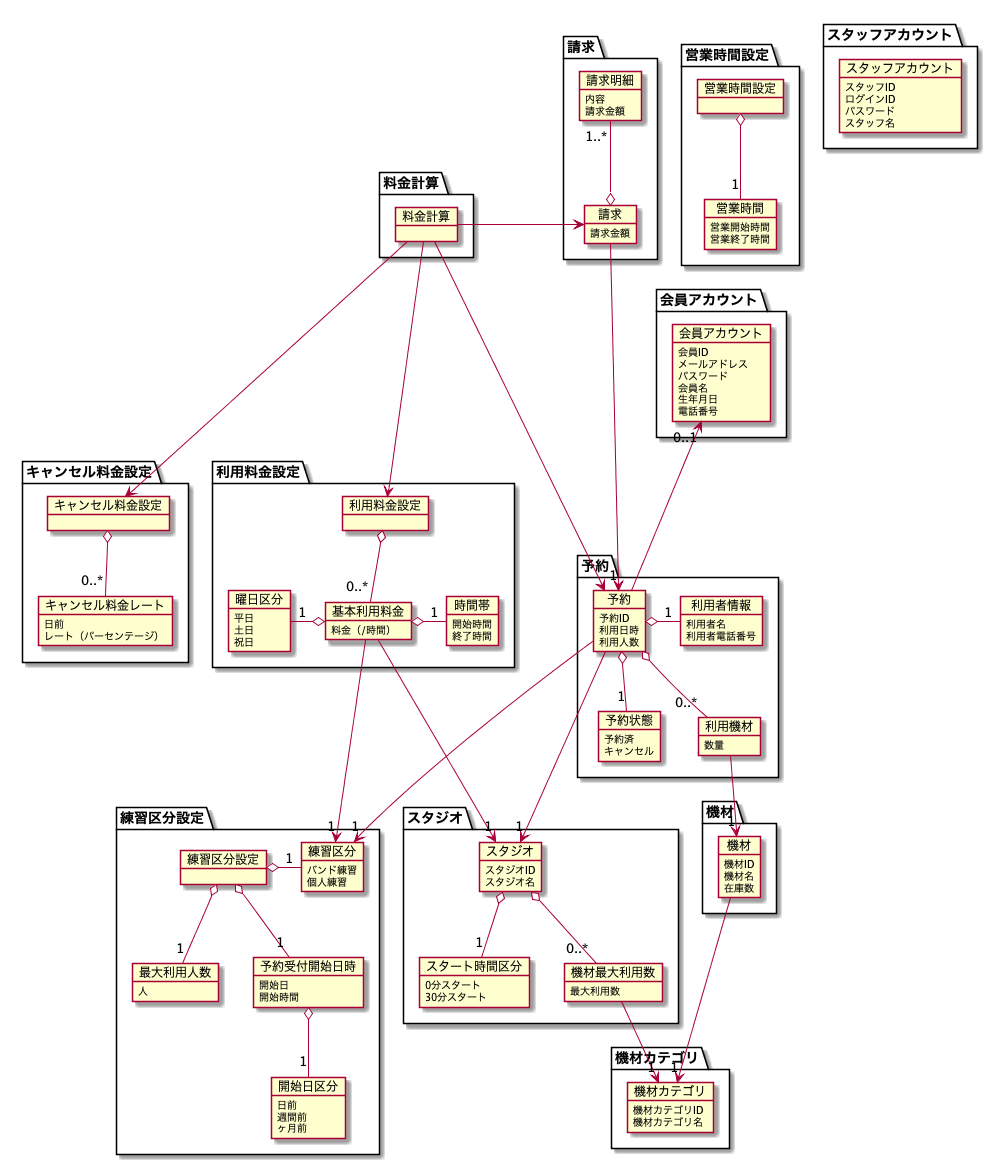
Before: modeling/07_DomainModel/DomainModel.png, a diagram exported from PlantUML (TakashiOnawa/ddd-practice-studio-reservation).
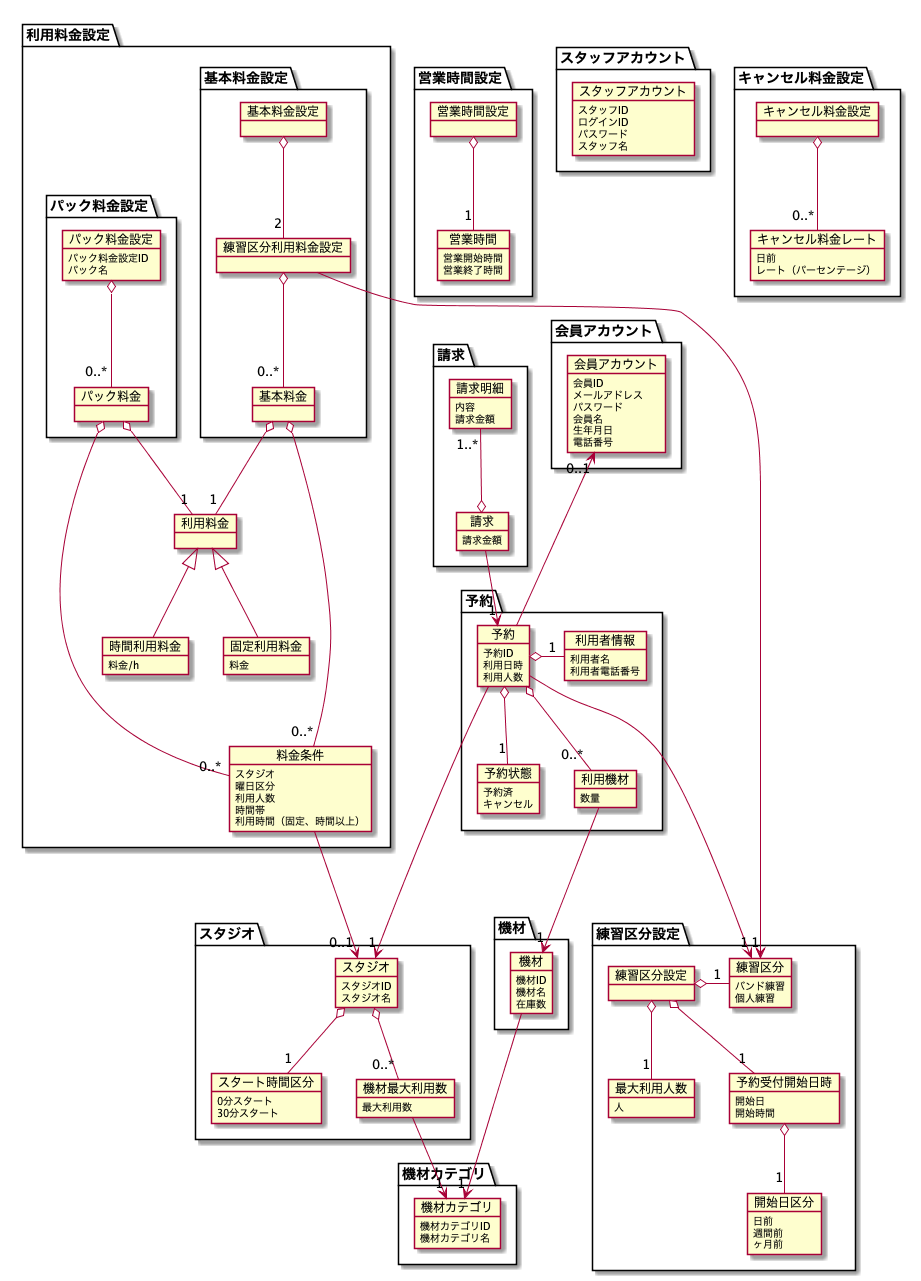
Above is the later version.

Diff of the diagram source:
```diff
@@ -78,16 +78,6 @@
     }
 }
 
-package キャンセル料金設定 {
-    object キャンセル料金設定 {
-    }
-
-    object キャンセル料金レート {
-        日前
-        レート（パーセンテージ）
-    }
-}
-
 package 営業時間設定 {
     object 営業時間設定 {
     }
@@ -119,27 +109,54 @@
 }
 
 package 利用料金設定 {
-    object 利用料金設定 {
+    package 基本料金設定 {
+        object 基本料金設定 {
+        }
+
+        object 練習区分利用料金設定 {
+        }
+
+        object 基本料金 {
+        }
     }
 
-    object 基本利用料金 {
-        料金（/時間）
+    package パック料金設定 {
+        object パック料金設定 {
+            パック料金設定ID
+            パック名
+        }
+
+        object パック料金 {
+        }
     }
 
-    object 曜日区分 {
-        平日
-        土日
-        祝日
+    object 利用料金 {
     }
 
-    object 時間帯 {
-        開始時間
-        終了時間
+    object 時間利用料金 {
+        料金/h
+    }
+
+    object 固定利用料金 {
+        料金
+    }
+
+    object 料金条件 {
+        スタジオ
+        曜日区分
+        利用人数
+        時間帯
+        利用時間（固定、時間以上）
     }
 }
 
-package 料金計算 {
-    object 料金計算 {
+package キャンセル料金設定 {
+    object キャンセル料金設定 {
+    }
+
+    object キャンセル料金レート {
+        日前
+        レート（パーセンテージ）
     }
 }
 
@@ -154,14 +171,14 @@
     }
 }
 
-予約 ---> "1" スタジオ
 予約 o-- "0..*" 利用機材
 予約 o-right- "1" 利用者情報
 予約 o-- "1" 予約状態
-予約 ---> "1" 練習区分
+予約 ----> "1" スタジオ
+予約 ----> "1" 練習区分
 予約 -up--> "0..1" 会員アカウント
 
-利用機材 --> "1" 機材
+利用機材 ---> "1" 機材
 
 スタジオ o-- "1" スタート時間区分
 スタジオ o-- "0..*" 機材最大利用数
@@ -179,17 +196,22 @@
 
 キャンセル料金設定 o-- "0..*" キャンセル料金レート
 
-利用料金設定 o-- "0..*" 基本利用料金
-基本利用料金 ---> "1" 練習区分
-基本利用料金 ---> "1" スタジオ
-基本利用料金 o-left- "1" 曜日区分
-基本利用料金 o-right- "1" 時間帯
+基本料金設定 o-- "2" 練習区分利用料金設定
+練習区分利用料金設定 o-- "0..*" 基本料金
+練習区分利用料金設定 --> "1" 練習区分
+基本料金 o-- "1" 利用料金
+基本料金 o---- "0..*" 料金条件
+
+パック料金設定 o-- "0..*" パック料金
+パック料金 o-- "1" 利用料金
+パック料金 o---- "0..*" 料金条件
+
+利用料金 <|-- 時間利用料金
+利用料金 <|-- 固定利用料金
+
+料金条件 ---> "0..1" スタジオ
 
 請求 o-up- "1..*" 請求明細
-請求 ---> "1" 予約
-料金計算 -left-> 請求
-料金計算 ---> 予約
-料金計算 ---> 利用料金設定
-料金計算 ---> キャンセル料金設定
+請求 --> "1" 予約
 
 @enduml
```
